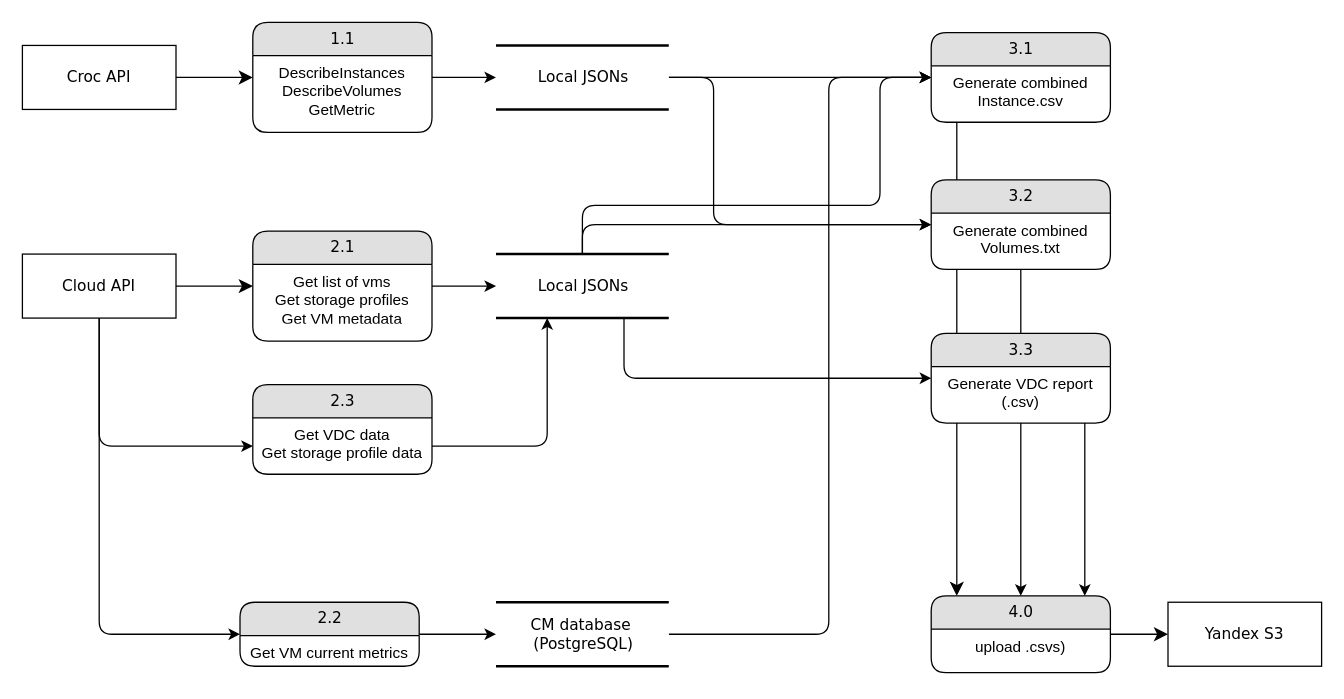
Above: t-sh-poc-dataflow.drawio in ptokarev/cloudmaster (draw.io), before the change. Source tidied: cells renumbered, new cells numbered last; positions are measured from the earlier drawing's top-left corner, leaving out a move shared by most shapes. Both pictures are drawn from the tidied source at 128%, with x=0, y=0 at pixel (22, 22).
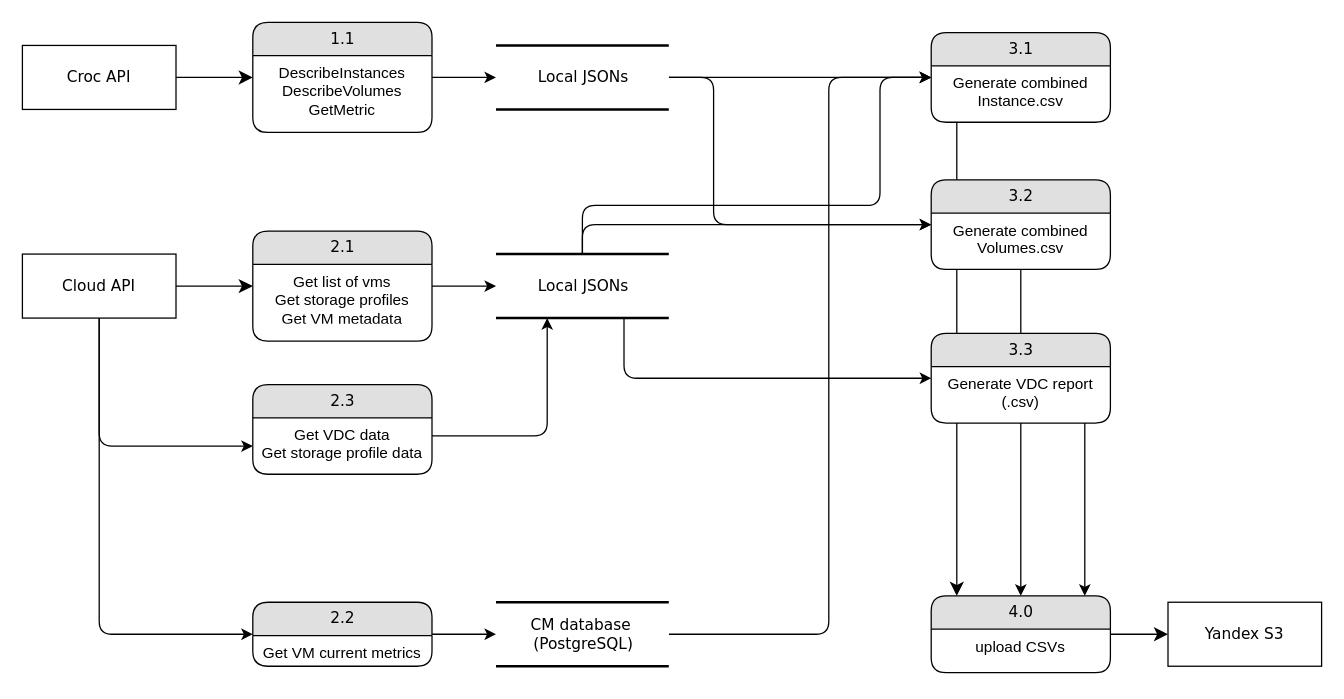
After the change.

The change refers to these unchanged cells:
```xml
<mxCell id="11" value="4.0" style="swimlane;html=1;fontStyle=0;horizontal=1;startSize=26;fillColor=#e0e0e0;swimlaneFillColor=#ffffff;align=center;rounded=1;shadow=0;comic=0;labelBackgroundColor=none;strokeWidth=1;fontFamily=Verdana;fontSize=12;" parent="1" vertex="1">
  <mxGeometry x="710" y="448" width="140" height="60" as="geometry" />
</mxCell>
<mxCell id="20" value="Local JSONs" style="html=1;rounded=0;shadow=0;comic=0;labelBackgroundColor=none;strokeWidth=2;fontFamily=Verdana;fontSize=12;align=center;shape=mxgraph.ios7ui.horLines;" parent="1" vertex="1">
  <mxGeometry x="370" y="181" width="135" height="50" as="geometry" />
</mxCell>
<mxCell id="33" value="&lt;div&gt;Get VDC data&lt;/div&gt;&lt;div&gt;Get storage profile data&lt;/div&gt;" style="text;html=1;strokeColor=none;fillColor=none;spacingLeft=4;spacingRight=4;whiteSpace=wrap;overflow=hidden;points=[[0,0.5],[1,0.5]];portConstraint=eastwest;align=center;" parent="32" vertex="1">
  <mxGeometry y="26" width="140" height="44" as="geometry" />
</mxCell>
<mxCell id="40" value="3.2" style="swimlane;html=1;fontStyle=0;horizontal=1;startSize=26;fillColor=#e0e0e0;swimlaneFillColor=#ffffff;align=center;rounded=1;shadow=0;comic=0;labelBackgroundColor=none;strokeWidth=1;fontFamily=Verdana;fontSize=12;" parent="1" vertex="1">
  <mxGeometry x="710" y="123" width="140" height="70" as="geometry" />
</mxCell>
```

The edit, as a diff of the source:
```diff
@@
-    <mxCell id="12" value="upload .csvs)" style="text;html=1;strokeColor=none;fillColor=none;spacingLeft=4;spacingRight=4;whiteSpace=wrap;overflow=hidden;align=center;" parent="11" vertex="1">
+    <mxCell id="12" value="upload CSVs" style="text;html=1;strokeColor=none;fillColor=none;spacingLeft=4;spacingRight=4;whiteSpace=wrap;overflow=hidden;align=center;" parent="11" vertex="1">
       <mxGeometry y="26" width="140" height="34" as="geometry" />
     </mxCell>
@@
     <mxCell id="27" value="2.2" style="swimlane;html=1;fontStyle=0;horizontal=1;startSize=26;fillColor=#e0e0e0;swimlaneFillColor=#ffffff;align=center;rounded=1;shadow=0;comic=0;labelBackgroundColor=none;strokeWidth=1;fontFamily=Verdana;fontSize=12;" parent="1" vertex="1">
-      <mxGeometry x="170" y="453" width="140" height="50" as="geometry" />
+      <mxGeometry x="180" y="453" width="140" height="50" as="geometry" />
     </mxCell>
@@
     <mxCell id="35" style="edgeStyle=orthogonalEdgeStyle;rounded=1;jettySize=auto;html=1;curved=0;" parent="1" edge="1" source="33" target="20">
       <mxGeometry relative="1" as="geometry">
         <Array as="points">
-          <mxPoint x="410" y="331" />
+          <mxPoint x="410" y="323" />
         </Array>
       </mxGeometry>
     </mxCell>
@@
-    <mxCell id="41" value="Generate combined Volumes.txt" style="text;html=1;strokeColor=none;fillColor=none;spacingLeft=4;spacingRight=4;whiteSpace=wrap;overflow=hidden;align=center;" parent="40" vertex="1">
+    <mxCell id="41" value="Generate combined Volumes.csv" style="text;html=1;strokeColor=none;fillColor=none;spacingLeft=4;spacingRight=4;whiteSpace=wrap;overflow=hidden;align=center;" parent="40" vertex="1">
       <mxGeometry y="26" width="140" height="44" as="geometry" />
     </mxCell>
```
